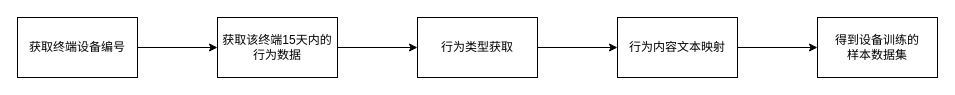
The draw.io diagram testDirectory/样本数据集预处理流程.drawio in Moose1273/-, before the edit. Source tidied: cells renumbered, new cells numbered last; positions are measured from the earlier drawing's top-left corner, leaving out a move shared by most shapes. Both pictures are drawn from the tidied source at 100%, with x=0, y=0 at pixel (17, 17).
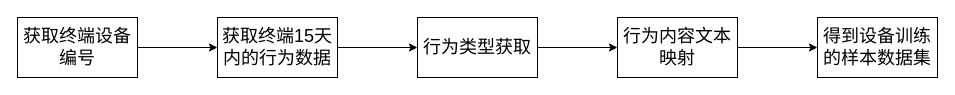
Above is the later version.

Commit message (it also covers changes not shown here):
更新样本数据集预处理流程.drawio

The edit, as a diff of the source:
```diff
@@
 <mxGraphModel>
   <root>
     <mxCell id="0" />
     <mxCell id="1" parent="0" />
-    <mxCell id="2" style="edgeStyle=orthogonalEdgeStyle;rounded=0;jettySize=auto;html=1;" parent="1" edge="1" source="3" target="5">
+    <mxCell id="2" style="edgeStyle=orthogonalEdgeStyle;rounded=0;jettySize=auto;html=1;fontSize=18;" parent="1" edge="1" source="3" target="5">
       <mxGeometry relative="1" as="geometry" />
     </mxCell>
-    <mxCell id="3" value="获取终端设备编号" style="rounded=0;whiteSpace=wrap;html=1;" parent="1" vertex="1">
+    <mxCell id="3" value="获取终端设备编号" style="rounded=0;whiteSpace=wrap;html=1;fontSize=18;" parent="1" vertex="1">
       <mxGeometry width="120" height="60" as="geometry" />
     </mxCell>
-    <mxCell id="4" style="edgeStyle=orthogonalEdgeStyle;rounded=0;jettySize=auto;html=1;" parent="1" edge="1" source="5" target="7">
+    <mxCell id="4" style="edgeStyle=orthogonalEdgeStyle;rounded=0;jettySize=auto;html=1;fontSize=18;" parent="1" edge="1" source="5" target="7">
       <mxGeometry relative="1" as="geometry" />
     </mxCell>
-    <mxCell id="5" value="获取该终端15天内的&lt;div&gt;行为数据&lt;/div&gt;" style="rounded=0;whiteSpace=wrap;html=1;" parent="1" vertex="1">
+    <mxCell id="5" value="获取终端15天内的&lt;span style=&quot;background-color: initial;&quot;&gt;行为数据&lt;/span&gt;" style="rounded=0;whiteSpace=wrap;html=1;fontSize=18;" parent="1" vertex="1">
       <mxGeometry x="200" width="120" height="60" as="geometry" />
     </mxCell>
-    <mxCell id="6" style="edgeStyle=orthogonalEdgeStyle;rounded=0;jettySize=auto;html=1;" parent="1" edge="1" source="7" target="9">
+    <mxCell id="6" style="edgeStyle=orthogonalEdgeStyle;rounded=0;jettySize=auto;html=1;fontSize=18;" parent="1" edge="1" source="7" target="9">
       <mxGeometry relative="1" as="geometry" />
     </mxCell>
-    <mxCell id="7" value="行为类型获取" style="rounded=0;whiteSpace=wrap;html=1;" parent="1" vertex="1">
+    <mxCell id="7" value="行为类型获取" style="rounded=0;whiteSpace=wrap;html=1;fontSize=18;" parent="1" vertex="1">
       <mxGeometry x="400" width="120" height="60" as="geometry" />
     </mxCell>
-    <mxCell id="8" style="edgeStyle=orthogonalEdgeStyle;rounded=0;jettySize=auto;html=1;" parent="1" edge="1" source="9" target="10">
+    <mxCell id="8" style="edgeStyle=orthogonalEdgeStyle;rounded=0;jettySize=auto;html=1;fontSize=18;" parent="1" edge="1" source="9" target="10">
       <mxGeometry relative="1" as="geometry" />
     </mxCell>
-    <mxCell id="9" value="行为内容文本映射" style="rounded=0;whiteSpace=wrap;html=1;" parent="1" vertex="1">
+    <mxCell id="9" value="行为内容文本映射" style="rounded=0;whiteSpace=wrap;html=1;fontSize=18;" parent="1" vertex="1">
       <mxGeometry x="600" width="120" height="60" as="geometry" />
     </mxCell>
-    <mxCell id="10" value="得到设备训练的&lt;div&gt;样本数据集&lt;/div&gt;" style="rounded=0;whiteSpace=wrap;html=1;" parent="1" vertex="1">
+    <mxCell id="10" value="得到设备训练的&lt;span style=&quot;background-color: initial;&quot;&gt;样本数据集&lt;/span&gt;" style="rounded=0;whiteSpace=wrap;html=1;fontSize=18;" parent="1" vertex="1">
       <mxGeometry x="800" width="120" height="60" as="geometry" />
     </mxCell>
   </root>
 </mxGraphModel>
```
